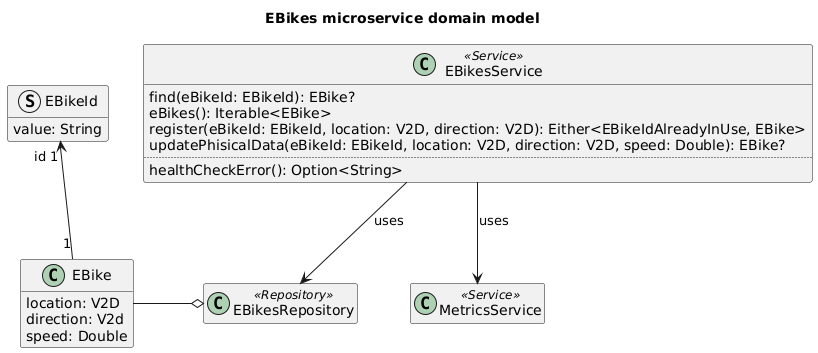
This is doc/diagrams/ebikes-microservice-domain-model.png from Ventus218/SAP-assignment-03, a PlantUML export, as it was before one commit. Its diagram source:
```plantuml
@startuml ebikes-microservice-domain-model

title EBikes microservice domain model

class EBike {
    location: V2D
    direction: V2d
    speed: Double
}
struct EBikeId {
    value: String
}
EBike "1" -u-> "id 1" EBikeId

class EBikesRepository <<Repository>>
EBikesRepository o-l- EBike

class EBikesService <<Service>> {
    find(eBikeId: EBikeId): EBike?
    eBikes(): Iterable<EBike>
    register(eBikeId: EBikeId, location: V2D, direction: V2D): Either<EBikeIdAlreadyInUse, EBike>
    updatePhisicalData(eBikeId: EBikeId, location: V2D, direction: V2D, speed: Double): EBike?
    ..
    healthCheckError(): Option<String>
}

EBikesService --> EBikesRepository : "uses"

class MetricsService <<Service>>
EBikesService --> MetricsService : "uses"

hide empty members

@enduml
```
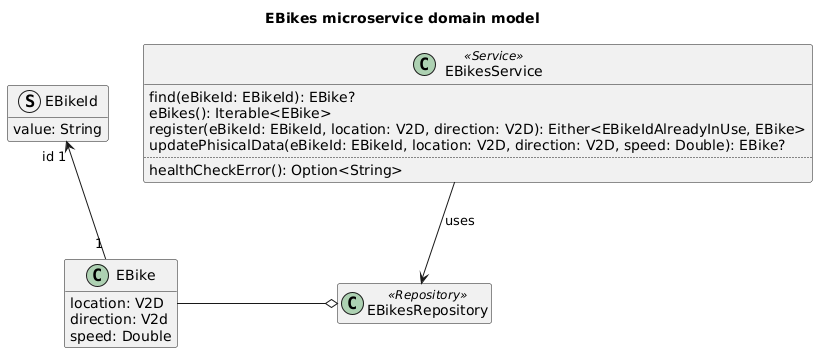
The same diagram one commit later.

What changed in the source:
```diff
@@ -26,9 +26,6 @@
 
 EBikesService --> EBikesRepository : "uses"
 
-class MetricsService <<Service>>
-EBikesService --> MetricsService : "uses"
-
 hide empty members
 
 @enduml
```
